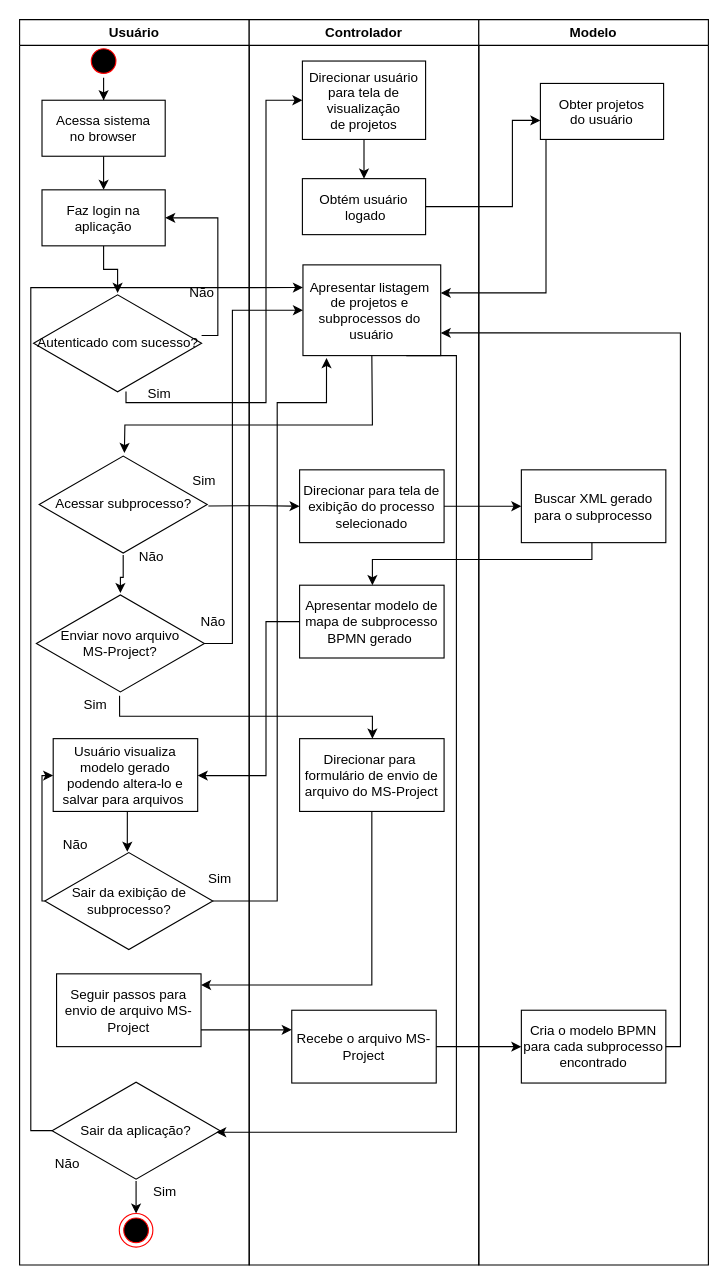
The draw.io diagram artigo/diagrama-atividades.drawio in andreluizlunelli/bpmn-rest-tool, before the edit. Source tidied: cells renumbered, new cells numbered last; positions are measured from the earlier drawing's top-left corner, leaving out a move shared by most shapes. Both pictures are drawn from the tidied source at 112%, with x=0, y=0 at pixel (19, 19).
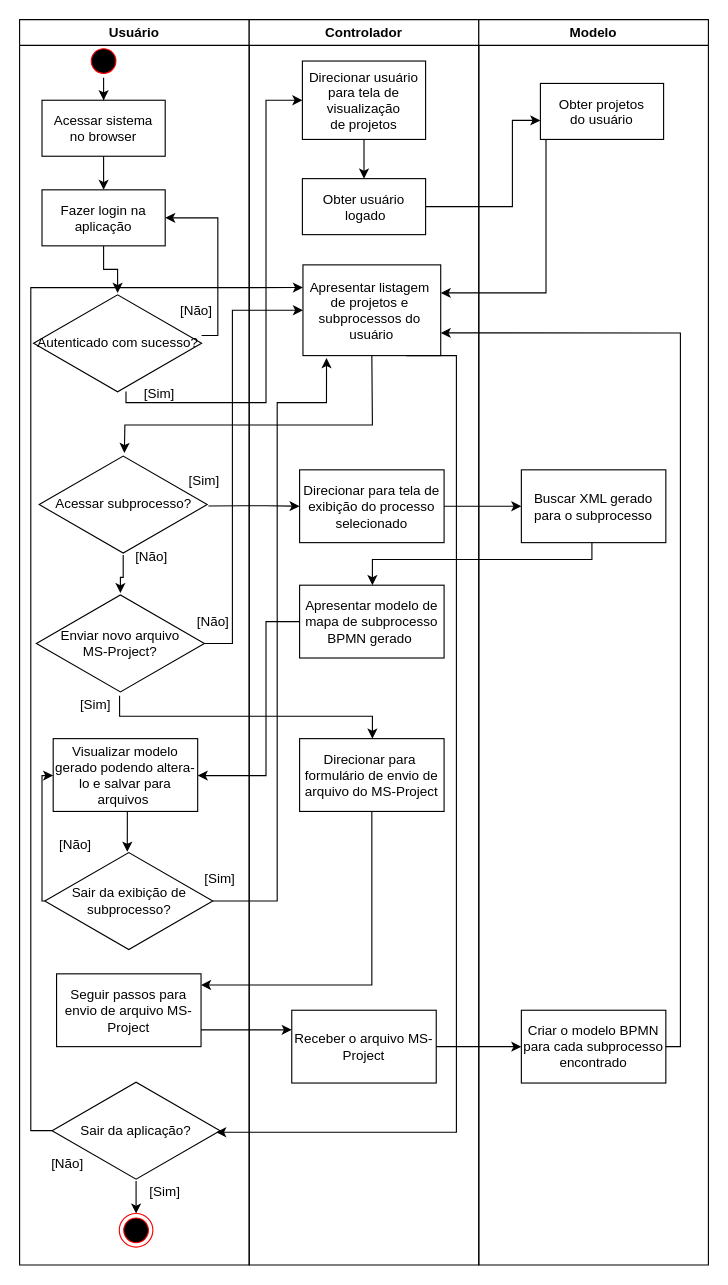
The same diagram, later.

Unchanged cells that the change refers to:
```xml
<mxCell id="2" value="Usuário" style="swimlane;whiteSpace=wrap;" parent="1" vertex="1">
  <mxGeometry width="205" height="1112" as="geometry" />
</mxCell>
<mxCell id="32" value="Controlador" style="swimlane;whiteSpace=wrap;" parent="1" vertex="1">
  <mxGeometry x="205" width="205" height="1112" as="geometry" />
</mxCell>
<mxCell id="41" value="Modelo" style="swimlane;whiteSpace=wrap;" parent="1" vertex="1">
  <mxGeometry x="410" width="205" height="1112" as="geometry" />
</mxCell>
```

The edit, as a diff of the source:
```diff
@@
-    <mxCell id="6" value="Acessa sistema &#10;no browser" parent="2" vertex="1">
+    <mxCell id="6" value="Acessar sistema &#10;no browser" parent="2" vertex="1">
       <mxGeometry x="20" y="72" width="110" height="50" as="geometry" />
     </mxCell>
@@
-    <mxCell id="8" value="Faz login na &#10;aplicação" parent="2" vertex="1">
+    <mxCell id="8" value="Fazer login na &#10;aplicação" parent="2" vertex="1">
       <mxGeometry x="20" y="152" width="110" height="50" as="geometry" />
     </mxCell>
@@
-    <mxCell id="11" value="Não" style="text;html=1;strokeColor=none;fillColor=none;align=center;verticalAlign=middle;whiteSpace=wrap;rounded=0;fontFamily=Helvetica;" parent="2" vertex="1">
-      <mxGeometry x="142.5" y="234" width="40" height="20" as="geometry" />
+    <mxCell id="11" value="[Não]" style="text;html=1;strokeColor=none;fillColor=none;align=center;verticalAlign=middle;whiteSpace=wrap;rounded=0;fontFamily=Helvetica;" parent="2" vertex="1">
+      <mxGeometry x="137.5" y="249.5" width="40" height="20" as="geometry" />
     </mxCell>
-    <mxCell id="12" value="Sim" style="text;html=1;strokeColor=none;fillColor=none;align=center;verticalAlign=middle;whiteSpace=wrap;rounded=0;fontFamily=Helvetica;" parent="2" vertex="1">
+    <mxCell id="12" value="[Sim]" style="text;html=1;strokeColor=none;fillColor=none;align=center;verticalAlign=middle;whiteSpace=wrap;rounded=0;fontFamily=Helvetica;" parent="2" vertex="1">
       <mxGeometry x="105" y="324" width="40" height="20" as="geometry" />
     </mxCell>
@@
-    <mxCell id="16" value="Sim&lt;br&gt;" style="text;html=1;strokeColor=none;fillColor=none;align=center;verticalAlign=middle;whiteSpace=wrap;rounded=0;" parent="2" vertex="1">
+    <mxCell id="16" value="[Sim]" style="text;html=1;strokeColor=none;fillColor=none;align=center;verticalAlign=middle;whiteSpace=wrap;rounded=0;" parent="2" vertex="1">
       <mxGeometry x="145" y="402" width="40" height="20" as="geometry" />
     </mxCell>
-    <mxCell id="17" value="Não" style="text;html=1;strokeColor=none;fillColor=none;align=center;verticalAlign=middle;whiteSpace=wrap;rounded=0;" parent="2" vertex="1">
+    <mxCell id="17" value="[Não]" style="text;html=1;strokeColor=none;fillColor=none;align=center;verticalAlign=middle;whiteSpace=wrap;rounded=0;" parent="2" vertex="1">
       <mxGeometry x="97.5" y="470" width="40" height="20" as="geometry" />
     </mxCell>
-    <mxCell id="18" value="Sim" style="text;html=1;strokeColor=none;fillColor=none;align=center;verticalAlign=middle;whiteSpace=wrap;rounded=0;" parent="2" vertex="1">
+    <mxCell id="18" value="[Sim]" style="text;html=1;strokeColor=none;fillColor=none;align=center;verticalAlign=middle;whiteSpace=wrap;rounded=0;" parent="2" vertex="1">
       <mxGeometry x="47.5" y="602" width="40" height="20" as="geometry" />
     </mxCell>
@@
-    <mxCell id="20" value="Usuário visualiza modelo gerado podendo altera-lo e salvar para arquivos&amp;nbsp;" style="rounded=0;whiteSpace=wrap;html=1;" parent="2" vertex="1">
+    <mxCell id="20" value="Visualizar modelo gerado podendo altera-lo e salvar para arquivos&amp;nbsp;" style="rounded=0;whiteSpace=wrap;html=1;" parent="2" vertex="1">
       <mxGeometry x="30" y="642" width="129" height="65" as="geometry" />
     </mxCell>
@@
-    <mxCell id="23" value="Não" style="text;html=1;strokeColor=none;fillColor=none;align=center;verticalAlign=middle;whiteSpace=wrap;rounded=0;" parent="2" vertex="1">
+    <mxCell id="23" value="[Não]" style="text;html=1;strokeColor=none;fillColor=none;align=center;verticalAlign=middle;whiteSpace=wrap;rounded=0;" parent="2" vertex="1">
       <mxGeometry x="30" y="727" width="40" height="20" as="geometry" />
     </mxCell>
-    <mxCell id="24" value="Sim" style="text;html=1;strokeColor=none;fillColor=none;align=center;verticalAlign=middle;whiteSpace=wrap;rounded=0;" parent="2" vertex="1">
+    <mxCell id="24" value="[Sim]" style="text;html=1;strokeColor=none;fillColor=none;align=center;verticalAlign=middle;whiteSpace=wrap;rounded=0;" parent="2" vertex="1">
       <mxGeometry x="159" y="757" width="40" height="20" as="geometry" />
     </mxCell>
@@
-    <mxCell id="26" value="Não" style="text;html=1;strokeColor=none;fillColor=none;align=center;verticalAlign=middle;whiteSpace=wrap;rounded=0;" parent="2" vertex="1">
+    <mxCell id="26" value="[Não]" style="text;html=1;strokeColor=none;fillColor=none;align=center;verticalAlign=middle;whiteSpace=wrap;rounded=0;" parent="2" vertex="1">
       <mxGeometry x="152.5" y="527.5" width="40" height="20" as="geometry" />
     </mxCell>
@@
-    <mxCell id="29" value="Sim" style="text;html=1;strokeColor=none;fillColor=none;align=center;verticalAlign=middle;whiteSpace=wrap;rounded=0;" parent="2" vertex="1">
+    <mxCell id="29" value="[Sim]" style="text;html=1;strokeColor=none;fillColor=none;align=center;verticalAlign=middle;whiteSpace=wrap;rounded=0;" parent="2" vertex="1">
       <mxGeometry x="110" y="1037" width="40" height="20" as="geometry" />
     </mxCell>
@@
-    <mxCell id="31" value="Não" style="text;html=1;strokeColor=none;fillColor=none;align=center;verticalAlign=middle;whiteSpace=wrap;rounded=0;" parent="2" vertex="1">
+    <mxCell id="31" value="[Não]" style="text;html=1;strokeColor=none;fillColor=none;align=center;verticalAlign=middle;whiteSpace=wrap;rounded=0;" parent="2" vertex="1">
       <mxGeometry x="22.5" y="1012" width="40" height="20" as="geometry" />
     </mxCell>
@@
-    <mxCell id="33" value="&#10;Obtém usuário&#10; logado&#10;" parent="32" vertex="1">
+    <mxCell id="33" value="&#10;Obter usuário&#10; logado&#10;" parent="32" vertex="1">
       <mxGeometry x="47.5" y="142" width="110" height="50" as="geometry" />
     </mxCell>
@@
-    <mxCell id="40" value="Recebe o arquivo MS-Project" style="rounded=0;whiteSpace=wrap;html=1;" parent="32" vertex="1">
+    <mxCell id="40" value="Receber o arquivo MS-Project" style="rounded=0;whiteSpace=wrap;html=1;" parent="32" vertex="1">
       <mxGeometry x="38" y="884.5" width="129" height="65" as="geometry" />
     </mxCell>
@@
-    <mxCell id="44" value="Cria o modelo BPMN para cada subprocesso encontrado" style="rounded=0;whiteSpace=wrap;html=1;" parent="41" vertex="1">
+    <mxCell id="44" value="Criar o modelo BPMN para cada subprocesso encontrado" style="rounded=0;whiteSpace=wrap;html=1;" parent="41" vertex="1">
       <mxGeometry x="38" y="884.5" width="129" height="65" as="geometry" />
     </mxCell>
```
